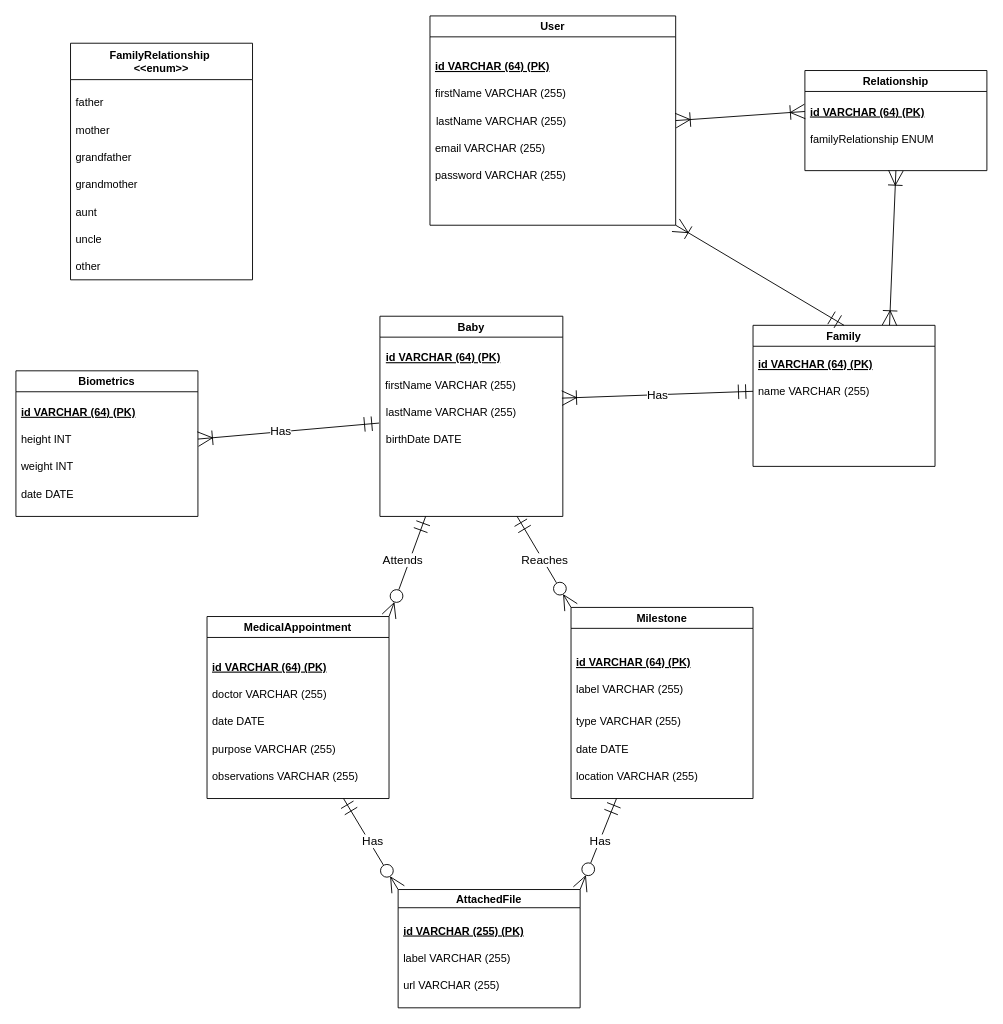
MikeJacquot/BPT-backend keeps this draw.io diagram as diagram/ERD.drawio. Above is the earlier version. Source tidied: cells renumbered, new cells numbered last; positions are measured from the earlier drawing's top-left corner, leaving out a move shared by most shapes. Both pictures are drawn from the tidied source at 91%, with x=0, y=0 at pixel (15, 15).
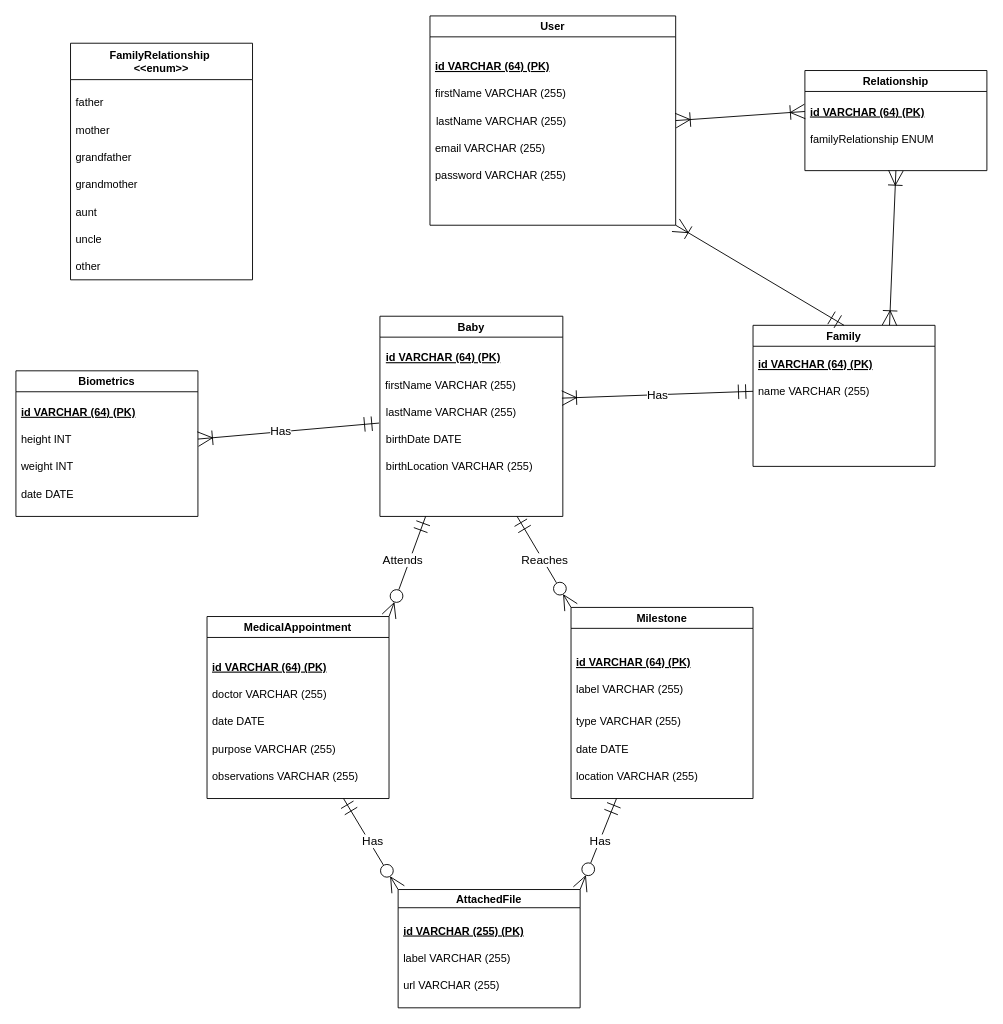
The same page after the edit.

Commit message (it also covers changes not shown here):
[BPT-2] add Baby entity (ERD slightly modified)

The change refers to these unchanged cells:
```xml
<mxCell id="14" value="Baby" style="swimlane;" parent="1" vertex="1">
  <mxGeometry x="400" y="330" width="201" height="220" as="geometry" />
</mxCell>
```

What changed in the source:
```diff
@@
+    <mxCell id="64" value="birthLocation VARCHAR (255)" style="text;strokeColor=none;fillColor=none;align=left;verticalAlign=middle;spacingLeft=4;spacingRight=4;overflow=hidden;" parent="14" vertex="1">
+      <mxGeometry x="1" y="150" width="200" height="30" as="geometry" />
+    </mxCell>
```
